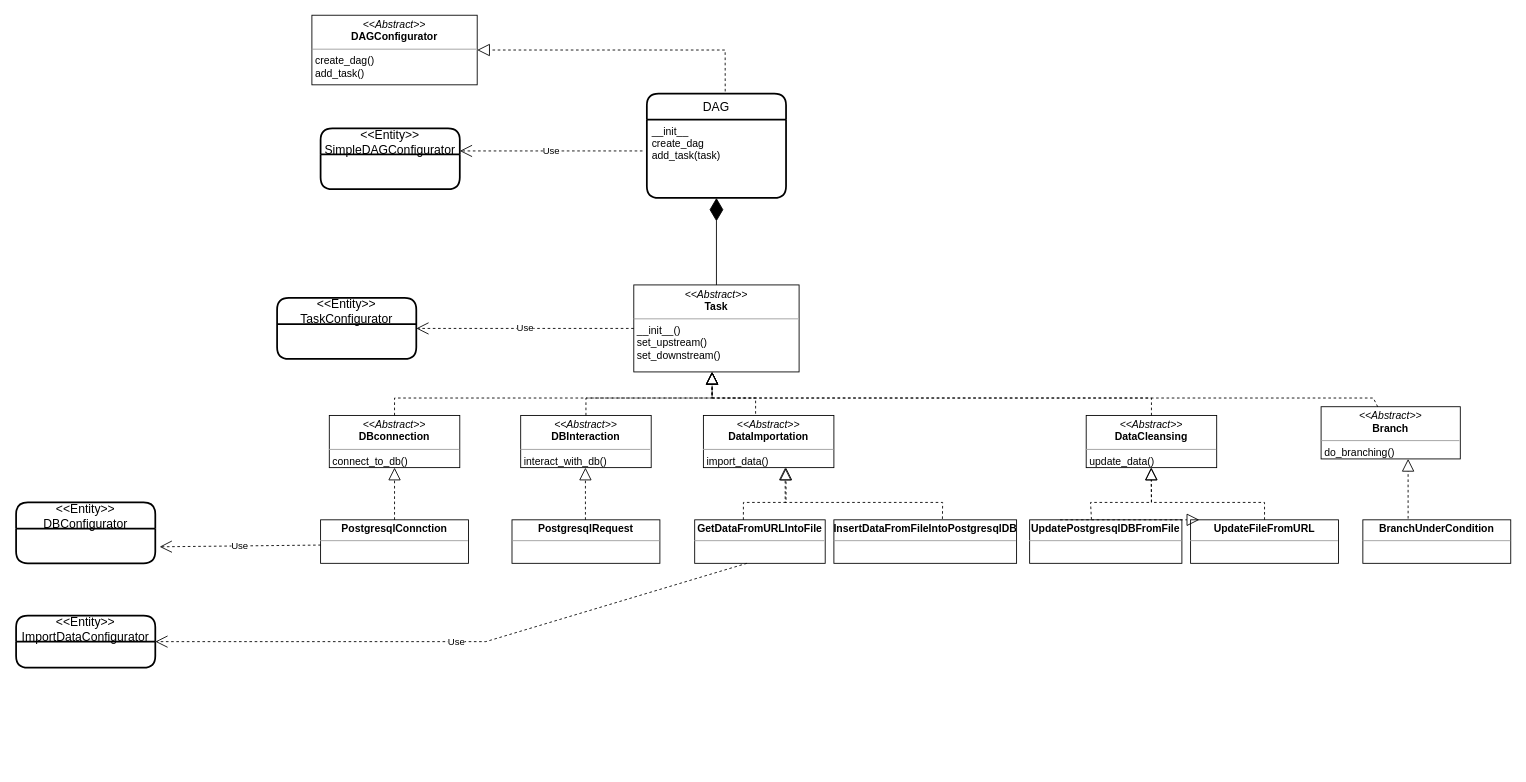
This is fastapi class diag.drawio from KadriR-hash/test-airflow, a draw.io file, before an edit. Source tidied: cells renumbered, new cells numbered last; positions are measured from the earlier drawing's top-left corner, leaving out a move shared by most shapes. Both pictures are drawn from the tidied source at 87%, with x=0, y=0 at pixel (16, 15).
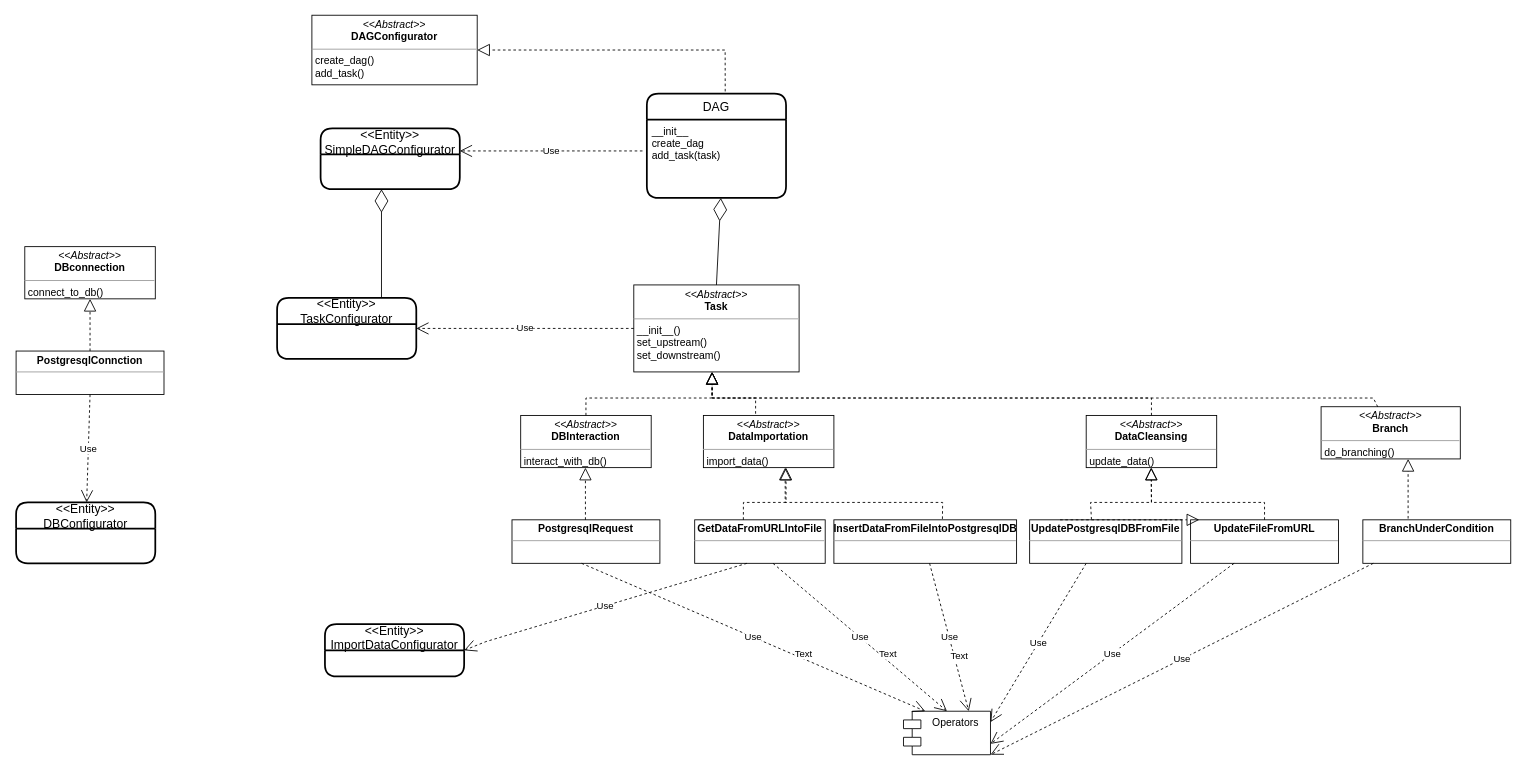
The same page after the edit.

Unchanged cells that the change refers to:
```xml
<mxCell id="3" value="__init__&#10;create_dag&#10;add_task(task)" style="align=left;strokeColor=none;fillColor=none;spacingLeft=4;fontSize=12;verticalAlign=top;" parent="2" vertex="1">
  <mxGeometry y="30" width="160" height="90" as="geometry" />
</mxCell>
<mxCell id="4" value="&lt;p style=&quot;margin:0px;margin-top:4px;text-align:center;&quot;&gt;&lt;i&gt;&amp;lt;&amp;lt;&lt;/i&gt;&lt;i style=&quot;border-color: var(--border-color);&quot;&gt;Abstract&lt;/i&gt;&lt;i&gt;&amp;gt;&amp;gt;&lt;/i&gt;&lt;br&gt;&lt;b&gt;Task&lt;/b&gt;&lt;/p&gt;&lt;hr size=&quot;1&quot;&gt;&lt;p style=&quot;margin:0px;margin-left:4px;&quot;&gt;__init__(&lt;span style=&quot;background-color: initial;&quot;&gt;)&lt;/span&gt;&lt;/p&gt;&lt;p style=&quot;margin:0px;margin-left:4px;&quot;&gt;set_upstream()&lt;br style=&quot;border-color: var(--border-color); padding: 0px; margin: 0px;&quot;&gt;set_downstream()&lt;br&gt;&lt;/p&gt;" style="verticalAlign=top;align=left;overflow=fill;fontSize=12;fontFamily=Helvetica;html=1;" parent="1" vertex="1">
  <mxGeometry x="710" y="310" width="190" height="100" as="geometry" />
</mxCell>
<mxCell id="35" value="&lt;&lt;Entity&gt;&gt;&#10;DBConfigurator" style="swimlane;horizontal=1;startSize=30;rounded=1;fontSize=14;fontStyle=0;strokeWidth=2;shadow=0;dashed=0;align=center;" parent="1" vertex="1">
  <mxGeometry y="560" width="160" height="70" as="geometry" />
</mxCell>
<mxCell id="39" value="&lt;&lt;Entity&gt;&gt;&#10;TaskConfigurator" style="swimlane;horizontal=1;startSize=30;rounded=1;fontSize=14;fontStyle=0;strokeWidth=2;shadow=0;dashed=0;align=center;" parent="1" vertex="1">
  <mxGeometry x="300" y="325" width="160" height="70" as="geometry" />
</mxCell>
```

Change to the diagram source:
```diff
@@
     <mxCell id="5" value="&lt;p style=&quot;margin:0px;margin-top:4px;text-align:center;&quot;&gt;&lt;i&gt;&amp;lt;&amp;lt;&lt;/i&gt;&lt;i style=&quot;border-color: var(--border-color);&quot;&gt;Abstract&lt;/i&gt;&lt;i&gt;&amp;gt;&amp;gt;&lt;/i&gt;&lt;br&gt;&lt;b&gt;DBconnection&lt;/b&gt;&lt;/p&gt;&lt;hr size=&quot;1&quot;&gt;&lt;p style=&quot;margin:0px;margin-left:4px;&quot;&gt;connect_to_db()&lt;/p&gt;" style="verticalAlign=top;align=left;overflow=fill;fontSize=12;fontFamily=Helvetica;html=1;" parent="1" vertex="1">
-      <mxGeometry x="360" y="460" width="150" height="60" as="geometry" />
+      <mxGeometry x="10" y="266" width="150" height="60" as="geometry" />
     </mxCell>
@@
-    <mxCell id="9" style="endArrow=block;dashed=1;endFill=0;endSize=12;html=1;rounded=0;exitX=0.5;exitY=0;exitDx=0;exitDy=0;" parent="1" edge="1" source="5">
-      <mxGeometry relative="1" as="geometry">
-        <mxPoint x="800" y="410" as="targetPoint" />
-        <Array as="points">
-          <mxPoint x="435" y="440" />
-          <mxPoint x="655" y="440" />
-          <mxPoint x="720" y="440" />
-          <mxPoint x="800" y="440" />
-        </Array>
-      </mxGeometry>
-    </mxCell>
@@
     <mxCell id="11" value="&lt;p style=&quot;margin:0px;margin-top:4px;text-align:center;&quot;&gt;&lt;b&gt;PostgresqlConnction&lt;/b&gt;&lt;/p&gt;&lt;hr size=&quot;1&quot;&gt;&lt;p style=&quot;margin:0px;margin-left:4px;&quot;&gt;&lt;/p&gt;&lt;p style=&quot;margin:0px;margin-left:4px;&quot;&gt;&lt;br&gt;&lt;/p&gt;" style="verticalAlign=top;align=left;overflow=fill;fontSize=12;fontFamily=Helvetica;html=1;" parent="1" vertex="1">
-      <mxGeometry x="350" y="580" width="170" height="50" as="geometry" />
+      <mxGeometry y="386" width="170" height="50" as="geometry" />
     </mxCell>
@@
-    <mxCell id="30" style="endArrow=diamondThin;endFill=1;endSize=24;html=1;rounded=0;exitX=0.5;exitY=0;exitDx=0;exitDy=0;entryX=0.5;entryY=1;entryDx=0;entryDy=0;" parent="1" edge="1" source="4" target="3">
-      <mxGeometry relative="1" as="geometry" />
-    </mxCell>
@@
-    <mxCell id="34" value="Use" style="endArrow=open;endSize=12;dashed=1;html=1;rounded=0;exitX=0.002;exitY=0.58;exitDx=0;exitDy=0;entryX=1;entryY=0.5;entryDx=0;entryDy=0;exitPerimeter=0;" parent="1" edge="1" source="11">
-      <mxGeometry relative="1" as="geometry">
-        <mxPoint x="165" y="611" as="targetPoint" />
-      </mxGeometry>
+    <mxCell id="34" value="Use" style="endArrow=open;endSize=12;dashed=1;html=1;rounded=0;exitX=0.5;exitY=1;exitDx=0;exitDy=0;" parent="1" edge="1" source="11" target="35">
+      <mxGeometry relative="1" as="geometry" />
     </mxCell>
@@
     <mxCell id="37" value="&lt;&lt;Entity&gt;&gt;&#10;ImportDataConfigurator" style="swimlane;horizontal=1;startSize=30;rounded=1;fontSize=14;fontStyle=0;strokeWidth=2;shadow=0;dashed=0;align=center;" parent="1" vertex="1">
-      <mxGeometry y="690" width="160" height="60" as="geometry" />
+      <mxGeometry x="355" y="700" width="160" height="60" as="geometry" />
     </mxCell>
@@
+    <mxCell id="41" style="endArrow=diamondThin;endFill=0;endSize=24;html=1;rounded=0;exitX=0.5;exitY=0;exitDx=0;exitDy=0;" parent="1" edge="1" source="4">
+      <mxGeometry relative="1" as="geometry">
+        <mxPoint x="810" y="210" as="targetPoint" />
+      </mxGeometry>
+    </mxCell>
+    <mxCell id="42" style="endArrow=diamondThin;endFill=0;endSize=24;html=1;rounded=0;exitX=0.75;exitY=0;exitDx=0;exitDy=0;" parent="1" edge="1" source="39">
+      <mxGeometry relative="1" as="geometry">
+        <mxPoint x="420" y="200" as="targetPoint" />
+      </mxGeometry>
+    </mxCell>
+    <mxCell id="43" value="Operators" style="shape=module;align=left;spacingLeft=20;align=center;verticalAlign=top;" parent="1" vertex="1">
+      <mxGeometry x="1020" y="800" width="100" height="50" as="geometry" />
+    </mxCell>
+    <mxCell id="44" value="Use" style="endArrow=open;endSize=12;dashed=1;html=1;rounded=0;entryX=0.25;entryY=0;entryDx=0;entryDy=0;" parent="1" edge="1" target="43">
+      <mxGeometry relative="1" as="geometry">
+        <mxPoint x="650" y="630" as="sourcePoint" />
+      </mxGeometry>
+    </mxCell>
+    <mxCell id="45" value="Text" style="edgeLabel;html=1;align=center;verticalAlign=middle;" parent="44" vertex="1">
+      <mxGeometry x="0.28" y="5" relative="1" as="geometry">
+        <mxPoint y="-1" as="offset" />
+      </mxGeometry>
+    </mxCell>
+    <mxCell id="46" value="Use" style="endArrow=open;endSize=12;dashed=1;html=1;rounded=0;entryX=0.5;entryY=0;entryDx=0;entryDy=0;" parent="1" edge="1" target="43">
+      <mxGeometry relative="1" as="geometry">
+        <mxPoint x="870" y="630" as="sourcePoint" />
+      </mxGeometry>
+    </mxCell>
+    <mxCell id="47" value="Text" style="edgeLabel;html=1;align=center;verticalAlign=middle;" parent="46" vertex="1">
+      <mxGeometry x="0.28" y="5" relative="1" as="geometry">
+        <mxPoint y="-1" as="offset" />
+      </mxGeometry>
+    </mxCell>
+    <mxCell id="48" value="Use" style="endArrow=open;endSize=12;dashed=1;html=1;rounded=0;entryX=0.75;entryY=0;entryDx=0;entryDy=0;" parent="1" edge="1" target="43">
+      <mxGeometry relative="1" as="geometry">
+        <mxPoint x="1050" y="630" as="sourcePoint" />
+      </mxGeometry>
+    </mxCell>
+    <mxCell id="49" value="Text" style="edgeLabel;html=1;align=center;verticalAlign=middle;" parent="48" vertex="1">
+      <mxGeometry x="0.28" y="5" relative="1" as="geometry">
+        <mxPoint y="-1" as="offset" />
+      </mxGeometry>
+    </mxCell>
+    <mxCell id="50" value="Use" style="endArrow=open;endSize=12;dashed=1;html=1;rounded=0;entryX=1;entryY=0.25;entryDx=0;entryDy=0;" parent="1" edge="1" target="43">
+      <mxGeometry relative="1" as="geometry">
+        <mxPoint x="1230" y="630" as="sourcePoint" />
+      </mxGeometry>
+    </mxCell>
+    <mxCell id="51" value="Use" style="endArrow=open;endSize=12;dashed=1;html=1;rounded=0;entryX=1;entryY=0.75;entryDx=0;entryDy=0;" parent="1" edge="1" target="43">
+      <mxGeometry relative="1" as="geometry">
+        <mxPoint x="1400" y="630" as="sourcePoint" />
+      </mxGeometry>
+    </mxCell>
+    <mxCell id="52" value="Use" style="endArrow=open;endSize=12;dashed=1;html=1;rounded=0;entryX=1;entryY=1;entryDx=0;entryDy=0;" parent="1" edge="1" target="43">
+      <mxGeometry relative="1" as="geometry">
+        <mxPoint x="1560" y="630" as="sourcePoint" />
+      </mxGeometry>
+    </mxCell>
```
